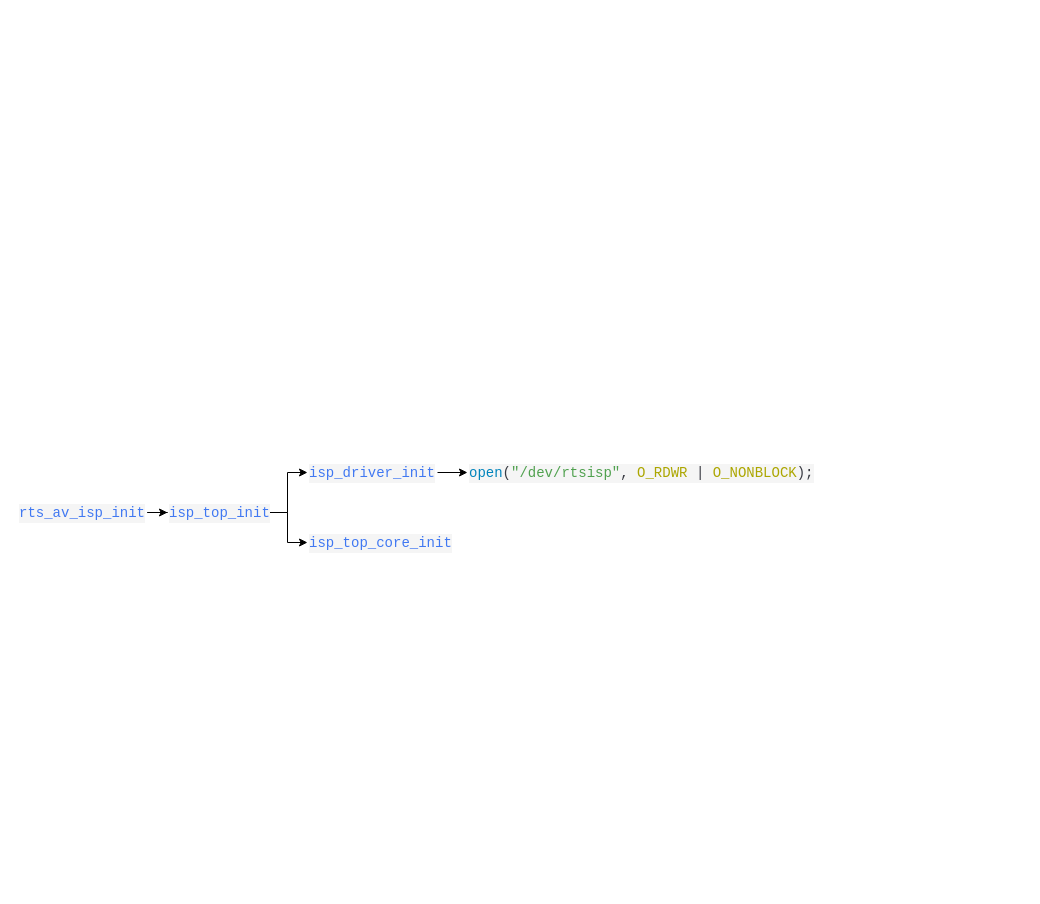
Before: v4l2/rtstream.drawio in YC-Xiang/draw.io, a draw.io diagram. Source tidied: cells renumbered, new cells numbered last; positions are measured from the earlier drawing's top-left corner, leaving out a move shared by most shapes. Both pictures are drawn from the tidied source at 100%, with x=0, y=0 at pixel (17, 457).
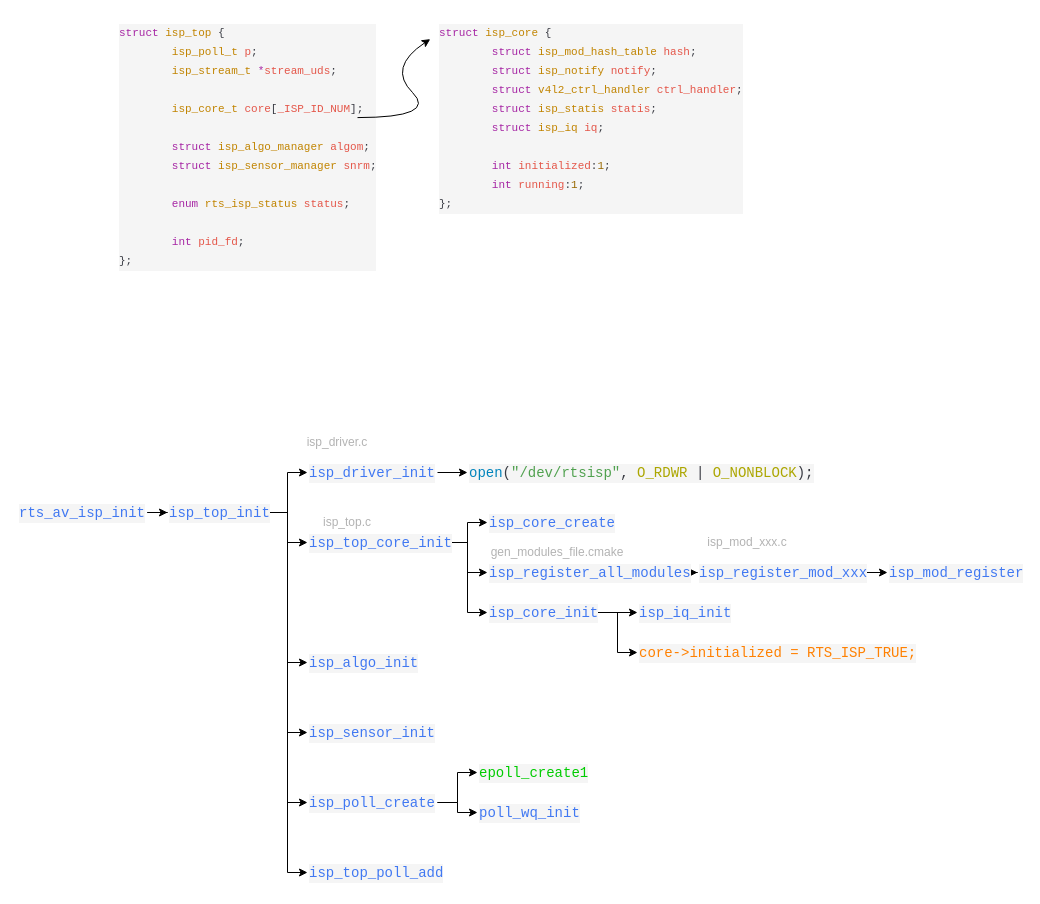
After the change.

Unchanged cells that the change refers to:
```xml
<mxCell id="6" value="&lt;div style=&quot;color: #383a42;background-color: #f5f5f5;font-family: Consolas, 'Courier New', monospace;font-weight: normal;font-size: 14px;line-height: 19px;white-space: pre;&quot;&gt;&lt;div&gt;&lt;span style=&quot;color: #4078f2;&quot;&gt;isp_top_init&lt;/span&gt;&lt;/div&gt;&lt;/div&gt;" style="text;whiteSpace=wrap;html=1;" parent="1" vertex="1">
  <mxGeometry x="150" y="40" width="100" height="30" as="geometry" />
</mxCell>
<mxCell id="9" value="&lt;div style=&quot;color: #383a42;background-color: #f5f5f5;font-family: Consolas, 'Courier New', monospace;font-weight: normal;font-size: 14px;line-height: 19px;white-space: pre;&quot;&gt;&lt;div&gt;&lt;span style=&quot;color: #4078f2;&quot;&gt;isp_top_core_init&lt;/span&gt;&lt;/div&gt;&lt;/div&gt;" style="text;whiteSpace=wrap;html=1;" parent="1" vertex="1">
  <mxGeometry x="290" y="70" width="140" height="30" as="geometry" />
</mxCell>
```

The edit, as a diff of the source:
```diff
@@
+    <mxCell id="11" style="edgeStyle=orthogonalEdgeStyle;rounded=0;jettySize=auto;html=1;exitX=1;exitY=0.5;exitDx=0;exitDy=0;entryX=0;entryY=0.5;entryDx=0;entryDy=0;" parent="1" edge="1" source="6" target="36">
+      <mxGeometry relative="1" as="geometry" />
+    </mxCell>
+    <mxCell id="12" style="edgeStyle=orthogonalEdgeStyle;rounded=0;jettySize=auto;html=1;exitX=1;exitY=0.5;exitDx=0;exitDy=0;entryX=0;entryY=0.5;entryDx=0;entryDy=0;" parent="1" edge="1" source="6" target="37">
+      <mxGeometry relative="1" as="geometry" />
+    </mxCell>
+    <mxCell id="13" style="edgeStyle=orthogonalEdgeStyle;rounded=0;jettySize=auto;html=1;exitX=1;exitY=0.5;exitDx=0;exitDy=0;entryX=0;entryY=0.5;entryDx=0;entryDy=0;" parent="1" edge="1" source="6" target="40">
+      <mxGeometry relative="1" as="geometry" />
+    </mxCell>
+    <mxCell id="14" style="edgeStyle=orthogonalEdgeStyle;rounded=0;jettySize=auto;html=1;exitX=1;exitY=0.5;exitDx=0;exitDy=0;entryX=0;entryY=0.5;entryDx=0;entryDy=0;" parent="1" edge="1" source="6" target="41">
+      <mxGeometry relative="1" as="geometry" />
+    </mxCell>
@@
+    <mxCell id="15" style="edgeStyle=orthogonalEdgeStyle;rounded=0;jettySize=auto;html=1;exitX=1;exitY=0.5;exitDx=0;exitDy=0;entryX=0;entryY=0.5;entryDx=0;entryDy=0;" parent="1" edge="1" source="9" target="18">
+      <mxGeometry relative="1" as="geometry" />
+    </mxCell>
+    <mxCell id="16" style="edgeStyle=orthogonalEdgeStyle;rounded=0;jettySize=auto;html=1;exitX=1;exitY=0.5;exitDx=0;exitDy=0;entryX=0;entryY=0.5;entryDx=0;entryDy=0;" parent="1" edge="1" source="9" target="20">
+      <mxGeometry relative="1" as="geometry" />
+    </mxCell>
+    <mxCell id="17" style="edgeStyle=orthogonalEdgeStyle;rounded=0;jettySize=auto;html=1;exitX=1;exitY=0.5;exitDx=0;exitDy=0;entryX=0;entryY=0.5;entryDx=0;entryDy=0;" parent="1" edge="1" source="9" target="23">
+      <mxGeometry relative="1" as="geometry" />
+    </mxCell>
@@
+    <mxCell id="18" value="&lt;div style=&quot;color: #383a42;background-color: #f5f5f5;font-family: Consolas, 'Courier New', monospace;font-weight: normal;font-size: 14px;line-height: 19px;white-space: pre;&quot;&gt;&lt;div&gt;&lt;span style=&quot;color: #4078f2;&quot;&gt;isp_core_create&lt;/span&gt;&lt;/div&gt;&lt;/div&gt;" style="text;whiteSpace=wrap;html=1;" parent="1" vertex="1">
+      <mxGeometry x="470" y="50" width="130" height="30" as="geometry" />
+    </mxCell>
+    <mxCell id="19" style="edgeStyle=orthogonalEdgeStyle;rounded=0;jettySize=auto;html=1;" parent="1" edge="1" source="20" target="28">
+      <mxGeometry relative="1" as="geometry" />
+    </mxCell>
+    <mxCell id="20" value="&lt;div style=&quot;color: #383a42;background-color: #f5f5f5;font-family: Consolas, 'Courier New', monospace;font-weight: normal;font-size: 14px;line-height: 19px;white-space: pre;&quot;&gt;&lt;div&gt;&lt;span style=&quot;color: #4078f2;&quot;&gt;isp_register_all_modules&lt;/span&gt;&lt;/div&gt;&lt;/div&gt;" style="text;whiteSpace=wrap;html=1;" parent="1" vertex="1">
+      <mxGeometry x="470" y="100" width="190" height="30" as="geometry" />
+    </mxCell>
+    <mxCell id="21" style="edgeStyle=orthogonalEdgeStyle;rounded=0;jettySize=auto;html=1;" parent="1" edge="1" source="23" target="34">
+      <mxGeometry relative="1" as="geometry" />
+    </mxCell>
+    <mxCell id="22" style="edgeStyle=orthogonalEdgeStyle;rounded=0;jettySize=auto;html=1;exitX=1;exitY=0.5;exitDx=0;exitDy=0;entryX=0;entryY=0.5;entryDx=0;entryDy=0;" parent="1" edge="1" source="23" target="35">
+      <mxGeometry relative="1" as="geometry" />
+    </mxCell>
+    <mxCell id="23" value="&lt;div style=&quot;color: #383a42;background-color: #f5f5f5;font-family: Consolas, 'Courier New', monospace;font-weight: normal;font-size: 14px;line-height: 19px;white-space: pre;&quot;&gt;&lt;div&gt;&lt;span style=&quot;color: #4078f2;&quot;&gt;isp_core_init&lt;/span&gt;&lt;/div&gt;&lt;/div&gt;" style="text;whiteSpace=wrap;html=1;" parent="1" vertex="1">
+      <mxGeometry x="470" y="140" width="110" height="30" as="geometry" />
+    </mxCell>
+    <mxCell id="24" value="&lt;font style=&quot;color: rgb(179, 179, 179);&quot;&gt;isp_top.c&lt;/font&gt;" style="text;html=1;align=center;verticalAlign=middle;whiteSpace=wrap;rounded=0;" parent="1" vertex="1">
+      <mxGeometry x="300" y="50" width="60" height="30" as="geometry" />
+    </mxCell>
+    <mxCell id="25" value="&lt;font style=&quot;color: rgb(179, 179, 179);&quot;&gt;isp_driver.c&lt;/font&gt;" style="text;html=1;align=center;verticalAlign=middle;whiteSpace=wrap;rounded=0;" parent="1" vertex="1">
+      <mxGeometry x="290" y="-30" width="60" height="30" as="geometry" />
+    </mxCell>
+    <mxCell id="26" value="&lt;font color=&quot;#b3b3b3&quot;&gt;gen_modules_file.cmake&lt;/font&gt;" style="text;html=1;align=center;verticalAlign=middle;whiteSpace=wrap;rounded=0;" parent="1" vertex="1">
+      <mxGeometry x="460" y="80" width="160" height="30" as="geometry" />
+    </mxCell>
+    <mxCell id="27" style="edgeStyle=orthogonalEdgeStyle;rounded=0;jettySize=auto;html=1;" parent="1" edge="1" source="28" target="30">
+      <mxGeometry relative="1" as="geometry" />
+    </mxCell>
+    <mxCell id="28" value="&lt;div style=&quot;color: rgb(56, 58, 66); background-color: rgb(245, 245, 245); font-family: Consolas, &amp;quot;Courier New&amp;quot;, monospace; font-weight: normal; font-size: 14px; line-height: 19px; white-space: pre;&quot;&gt;&lt;div&gt;&lt;span style=&quot;color: rgb(64, 120, 242);&quot;&gt;isp_register_mod_xxx&lt;/span&gt;&lt;/div&gt;&lt;/div&gt;" style="text;whiteSpace=wrap;html=1;" parent="1" vertex="1">
+      <mxGeometry x="680" y="100" width="160" height="30" as="geometry" />
+    </mxCell>
+    <mxCell id="29" value="&lt;font color=&quot;#b3b3b3&quot;&gt;isp_mod_xxx.c&lt;/font&gt;" style="text;html=1;align=center;verticalAlign=middle;whiteSpace=wrap;rounded=0;" parent="1" vertex="1">
+      <mxGeometry x="680" y="70" width="100" height="30" as="geometry" />
+    </mxCell>
+    <mxCell id="30" value="&lt;div style=&quot;color: #383a42;background-color: #f5f5f5;font-family: Consolas, 'Courier New', monospace;font-weight: normal;font-size: 14px;line-height: 19px;white-space: pre;&quot;&gt;&lt;div&gt;&lt;span style=&quot;color: #4078f2;&quot;&gt;isp_mod_register&lt;/span&gt;&lt;/div&gt;&lt;/div&gt;" style="text;whiteSpace=wrap;html=1;" parent="1" vertex="1">
+      <mxGeometry x="870" y="100" width="130" height="30" as="geometry" />
+    </mxCell>
+    <mxCell id="31" value="&lt;div style=&quot;color: rgb(56, 58, 66); background-color: rgb(245, 245, 245); font-family: Consolas, &amp;quot;Courier New&amp;quot;, monospace; font-weight: normal; line-height: 19px; white-space: pre;&quot;&gt;&lt;div style=&quot;&quot;&gt;&lt;font style=&quot;font-size: 11px;&quot;&gt;&lt;span style=&quot;color: rgb(166, 38, 164);&quot;&gt;struct&lt;/span&gt;&lt;span style=&quot;color: rgb(56, 58, 66);&quot;&gt; &lt;/span&gt;&lt;span style=&quot;color: rgb(193, 132, 1);&quot;&gt;isp_top&lt;/span&gt;&lt;span style=&quot;color: rgb(56, 58, 66);&quot;&gt; {&lt;/span&gt;&lt;/font&gt;&lt;/div&gt;&lt;div style=&quot;&quot;&gt;&lt;font style=&quot;font-size: 11px;&quot;&gt;&lt;span style=&quot;color: rgb(56, 58, 66);&quot;&gt;&amp;nbsp; &amp;nbsp; &amp;nbsp; &amp;nbsp; &lt;/span&gt;&lt;span style=&quot;color: rgb(193, 132, 1);&quot;&gt;isp_poll_t&lt;/span&gt;&lt;span style=&quot;color: rgb(56, 58, 66);&quot;&gt; &lt;/span&gt;&lt;span style=&quot;color: rgb(228, 86, 73);&quot;&gt;p&lt;/span&gt;&lt;span style=&quot;color: rgb(56, 58, 66);&quot;&gt;;&lt;/span&gt;&lt;/font&gt;&lt;/div&gt;&lt;div style=&quot;&quot;&gt;&lt;font style=&quot;font-size: 11px;&quot;&gt;&lt;span style=&quot;color: rgb(56, 58, 66);&quot;&gt;&amp;nbsp; &amp;nbsp; &amp;nbsp; &amp;nbsp; &lt;/span&gt;&lt;span style=&quot;color: rgb(193, 132, 1);&quot;&gt;isp_stream_t&lt;/span&gt;&lt;span style=&quot;color: rgb(56, 58, 66);&quot;&gt; &lt;/span&gt;&lt;span style=&quot;color: rgb(166, 38, 164);&quot;&gt;*&lt;/span&gt;&lt;span style=&quot;color: rgb(228, 86, 73);&quot;&gt;stream_uds&lt;/span&gt;&lt;span style=&quot;color: rgb(56, 58, 66);&quot;&gt;;&lt;/span&gt;&lt;/font&gt;&lt;/div&gt;&lt;font style=&quot;font-size: 11px;&quot;&gt;&lt;br&gt;&lt;/font&gt;&lt;div style=&quot;&quot;&gt;&lt;font style=&quot;font-size: 11px;&quot;&gt;&lt;span style=&quot;color: rgb(56, 58, 66);&quot;&gt;&amp;nbsp; &amp;nbsp; &amp;nbsp; &amp;nbsp; &lt;/span&gt;&lt;span style=&quot;color: rgb(193, 132, 1);&quot;&gt;isp_core_t&lt;/span&gt;&lt;span style=&quot;color: rgb(56, 58, 66);&quot;&gt; &lt;/span&gt;&lt;span style=&quot;color: rgb(228, 86, 73);&quot;&gt;core&lt;/span&gt;&lt;span style=&quot;color: rgb(56, 58, 66);&quot;&gt;[&lt;/span&gt;&lt;span style=&quot;color: rgb(228, 86, 73);&quot;&gt;_ISP_ID_NUM&lt;/span&gt;&lt;span style=&quot;color: rgb(56, 58, 66);&quot;&gt;];&lt;/span&gt;&lt;/font&gt;&lt;/div&gt;&lt;font style=&quot;font-size: 11px;&quot;&gt;&lt;br&gt;&lt;/font&gt;&lt;div style=&quot;&quot;&gt;&lt;font style=&quot;font-size: 11px;&quot;&gt;&lt;span style=&quot;color: rgb(56, 58, 66);&quot;&gt;&amp;nbsp; &amp;nbsp; &amp;nbsp; &amp;nbsp; &lt;/span&gt;&lt;span style=&quot;color: rgb(166, 38, 164);&quot;&gt;struct&lt;/span&gt;&lt;span style=&quot;color: rgb(56, 58, 66);&quot;&gt; &lt;/span&gt;&lt;span style=&quot;color: rgb(193, 132, 1);&quot;&gt;isp_algo_manager&lt;/span&gt;&lt;span style=&quot;color: rgb(56, 58, 66);&quot;&gt; &lt;/span&gt;&lt;span style=&quot;color: rgb(228, 86, 73);&quot;&gt;algom&lt;/span&gt;&lt;span style=&quot;color: rgb(56, 58, 66);&quot;&gt;;&lt;/span&gt;&lt;/font&gt;&lt;/div&gt;&lt;div style=&quot;&quot;&gt;&lt;font style=&quot;font-size: 11px;&quot;&gt;&lt;span style=&quot;color: rgb(56, 58, 66);&quot;&gt;&amp;nbsp; &amp;nbsp; &amp;nbsp; &amp;nbsp; &lt;/span&gt;&lt;span style=&quot;color: rgb(166, 38, 164);&quot;&gt;struct&lt;/span&gt;&lt;span style=&quot;color: rgb(56, 58, 66);&quot;&gt; &lt;/span&gt;&lt;span style=&quot;color: rgb(193, 132, 1);&quot;&gt;isp_sensor_manager&lt;/span&gt;&lt;span style=&quot;color: rgb(56, 58, 66);&quot;&gt; &lt;/span&gt;&lt;span style=&quot;color: rgb(228, 86, 73);&quot;&gt;snrm&lt;/span&gt;&lt;span style=&quot;color: rgb(56, 58, 66);&quot;&gt;;&lt;/span&gt;&lt;/font&gt;&lt;/div&gt;&lt;font style=&quot;font-size: 11px;&quot;&gt;&lt;br&gt;&lt;/font&gt;&lt;div style=&quot;&quot;&gt;&lt;font style=&quot;font-size: 11px;&quot;&gt;&lt;span style=&quot;color: rgb(56, 58, 66);&quot;&gt;&amp;nbsp; &amp;nbsp; &amp;nbsp; &amp;nbsp; &lt;/span&gt;&lt;span style=&quot;color: rgb(166, 38, 164);&quot;&gt;enum&lt;/span&gt;&lt;span style=&quot;color: rgb(56, 58, 66);&quot;&gt; &lt;/span&gt;&lt;span style=&quot;color: rgb(193, 132, 1);&quot;&gt;rts_isp_status&lt;/span&gt;&lt;span style=&quot;color: rgb(56, 58, 66);&quot;&gt; &lt;/span&gt;&lt;span style=&quot;color: rgb(228, 86, 73);&quot;&gt;status&lt;/span&gt;&lt;span style=&quot;color: rgb(56, 58, 66);&quot;&gt;;&lt;/span&gt;&lt;/font&gt;&lt;/div&gt;&lt;font style=&quot;font-size: 11px;&quot;&gt;&lt;br&gt;&lt;/font&gt;&lt;div style=&quot;&quot;&gt;&lt;font style=&quot;font-size: 11px;&quot;&gt;&lt;span style=&quot;color: rgb(56, 58, 66);&quot;&gt;&amp;nbsp; &amp;nbsp; &amp;nbsp; &amp;nbsp; &lt;/span&gt;&lt;span style=&quot;color: rgb(166, 38, 164);&quot;&gt;int&lt;/span&gt;&lt;span style=&quot;color: rgb(56, 58, 66);&quot;&gt; &lt;/span&gt;&lt;span style=&quot;color: rgb(228, 86, 73);&quot;&gt;pid_fd&lt;/span&gt;&lt;span style=&quot;color: rgb(56, 58, 66);&quot;&gt;;&lt;/span&gt;&lt;/font&gt;&lt;/div&gt;&lt;div style=&quot;&quot;&gt;&lt;span style=&quot;color: rgb(56, 58, 66);&quot;&gt;&lt;font style=&quot;font-size: 11px;&quot;&gt;};&lt;/font&gt;&lt;/span&gt;&lt;/div&gt;&lt;/div&gt;" style="text;whiteSpace=wrap;html=1;" parent="1" vertex="1">
+      <mxGeometry x="100" y="-440" width="250" height="260" as="geometry" />
+    </mxCell>
+    <mxCell id="32" value="&lt;div style=&quot;color: rgb(56, 58, 66); background-color: rgb(245, 245, 245); font-family: Consolas, &amp;quot;Courier New&amp;quot;, monospace; font-weight: normal; line-height: 19px; white-space: pre;&quot;&gt;&lt;div style=&quot;&quot;&gt;&lt;font style=&quot;font-size: 11px;&quot;&gt;&lt;span style=&quot;color: rgb(166, 38, 164);&quot;&gt;struct&lt;/span&gt;&lt;span style=&quot;color: rgb(56, 58, 66);&quot;&gt; &lt;/span&gt;&lt;span style=&quot;color: rgb(193, 132, 1);&quot;&gt;isp_core&lt;/span&gt;&lt;span style=&quot;color: rgb(56, 58, 66);&quot;&gt; {&lt;/span&gt;&lt;/font&gt;&lt;/div&gt;&lt;div style=&quot;&quot;&gt;&lt;font style=&quot;font-size: 11px;&quot;&gt;&lt;span style=&quot;color: rgb(56, 58, 66);&quot;&gt;&amp;nbsp; &amp;nbsp; &amp;nbsp; &amp;nbsp; &lt;/span&gt;&lt;span style=&quot;color: rgb(166, 38, 164);&quot;&gt;struct&lt;/span&gt;&lt;span style=&quot;color: rgb(56, 58, 66);&quot;&gt; &lt;/span&gt;&lt;span style=&quot;color: rgb(193, 132, 1);&quot;&gt;isp_mod_hash_table&lt;/span&gt;&lt;span style=&quot;color: rgb(56, 58, 66);&quot;&gt; &lt;/span&gt;&lt;span style=&quot;color: rgb(228, 86, 73);&quot;&gt;hash&lt;/span&gt;&lt;span style=&quot;color: rgb(56, 58, 66);&quot;&gt;;&lt;/span&gt;&lt;/font&gt;&lt;/div&gt;&lt;div style=&quot;&quot;&gt;&lt;font style=&quot;font-size: 11px;&quot;&gt;&lt;span style=&quot;color: rgb(56, 58, 66);&quot;&gt;&amp;nbsp; &amp;nbsp; &amp;nbsp; &amp;nbsp; &lt;/span&gt;&lt;span style=&quot;color: rgb(166, 38, 164);&quot;&gt;struct&lt;/span&gt;&lt;span style=&quot;color: rgb(56, 58, 66);&quot;&gt; &lt;/span&gt;&lt;span style=&quot;color: rgb(193, 132, 1);&quot;&gt;isp_notify&lt;/span&gt;&lt;span style=&quot;color: rgb(56, 58, 66);&quot;&gt; &lt;/span&gt;&lt;span style=&quot;color: rgb(228, 86, 73);&quot;&gt;notify&lt;/span&gt;&lt;span style=&quot;color: rgb(56, 58, 66);&quot;&gt;;&lt;/span&gt;&lt;/font&gt;&lt;/div&gt;&lt;div style=&quot;&quot;&gt;&lt;font style=&quot;font-size: 11px;&quot;&gt;&lt;span style=&quot;color: rgb(56, 58, 66);&quot;&gt;&amp;nbsp; &amp;nbsp; &amp;nbsp; &amp;nbsp; &lt;/span&gt;&lt;span style=&quot;color: rgb(166, 38, 164);&quot;&gt;struct&lt;/span&gt;&lt;span style=&quot;color: rgb(56, 58, 66);&quot;&gt; &lt;/span&gt;&lt;span style=&quot;color: rgb(193, 132, 1);&quot;&gt;v4l2_ctrl_handler&lt;/span&gt;&lt;span style=&quot;color: rgb(56, 58, 66);&quot;&gt; &lt;/span&gt;&lt;span style=&quot;color: rgb(228, 86, 73);&quot;&gt;ctrl_handler&lt;/span&gt;&lt;span style=&quot;color: rgb(56, 58, 66);&quot;&gt;;&lt;/span&gt;&lt;/font&gt;&lt;/div&gt;&lt;div style=&quot;&quot;&gt;&lt;font style=&quot;font-size: 11px;&quot;&gt;&lt;span style=&quot;color: rgb(56, 58, 66);&quot;&gt;&amp;nbsp; &amp;nbsp; &amp;nbsp; &amp;nbsp; &lt;/span&gt;&lt;span style=&quot;color: rgb(166, 38, 164);&quot;&gt;struct&lt;/span&gt;&lt;span style=&quot;color: rgb(56, 58, 66);&quot;&gt; &lt;/span&gt;&lt;span style=&quot;color: rgb(193, 132, 1);&quot;&gt;isp_statis&lt;/span&gt;&lt;span style=&quot;color: rgb(56, 58, 66);&quot;&gt; &lt;/span&gt;&lt;span style=&quot;color: rgb(228, 86, 73);&quot;&gt;statis&lt;/span&gt;&lt;span style=&quot;color: rgb(56, 58, 66);&quot;&gt;;&lt;/span&gt;&lt;/font&gt;&lt;/div&gt;&lt;div style=&quot;&quot;&gt;&lt;font style=&quot;font-size: 11px;&quot;&gt;&lt;span style=&quot;color: rgb(56, 58, 66);&quot;&gt;&amp;nbsp; &amp;nbsp; &amp;nbsp; &amp;nbsp; &lt;/span&gt;&lt;span style=&quot;color: rgb(166, 38, 164);&quot;&gt;struct&lt;/span&gt;&lt;span style=&quot;color: rgb(56, 58, 66);&quot;&gt; &lt;/span&gt;&lt;span style=&quot;color: rgb(193, 132, 1);&quot;&gt;isp_iq&lt;/span&gt;&lt;span style=&quot;color: rgb(56, 58, 66);&quot;&gt; &lt;/span&gt;&lt;span style=&quot;color: rgb(228, 86, 73);&quot;&gt;iq&lt;/span&gt;&lt;span style=&quot;color: rgb(56, 58, 66);&quot;&gt;;&lt;/span&gt;&lt;/font&gt;&lt;/div&gt;&lt;font style=&quot;font-size: 11px;&quot;&gt;&lt;br&gt;&lt;/font&gt;&lt;div style=&quot;&quot;&gt;&lt;font style=&quot;font-size: 11px;&quot;&gt;&lt;span style=&quot;color: rgb(56, 58, 66);&quot;&gt;&amp;nbsp; &amp;nbsp; &amp;nbsp; &amp;nbsp; &lt;/span&gt;&lt;span style=&quot;color: rgb(166, 38, 164);&quot;&gt;int&lt;/span&gt;&lt;span style=&quot;color: rgb(56, 58, 66);&quot;&gt; &lt;/span&gt;&lt;span style=&quot;color: rgb(228, 86, 73);&quot;&gt;initialized&lt;/span&gt;&lt;span style=&quot;color: rgb(56, 58, 66);&quot;&gt;:&lt;/span&gt;&lt;span style=&quot;color: rgb(152, 104, 1);&quot;&gt;1&lt;/span&gt;&lt;span style=&quot;color: rgb(56, 58, 66);&quot;&gt;;&lt;/span&gt;&lt;/font&gt;&lt;/div&gt;&lt;div style=&quot;&quot;&gt;&lt;font style=&quot;font-size: 11px;&quot;&gt;&lt;span style=&quot;color: rgb(56, 58, 66);&quot;&gt;&amp;nbsp; &amp;nbsp; &amp;nbsp; &amp;nbsp; &lt;/span&gt;&lt;span style=&quot;color: rgb(166, 38, 164);&quot;&gt;int&lt;/span&gt;&lt;span style=&quot;color: rgb(56, 58, 66);&quot;&gt; &lt;/span&gt;&lt;span style=&quot;color: rgb(228, 86, 73);&quot;&gt;running&lt;/span&gt;&lt;span style=&quot;color: rgb(56, 58, 66);&quot;&gt;:&lt;/span&gt;&lt;span style=&quot;color: rgb(152, 104, 1);&quot;&gt;1&lt;/span&gt;&lt;span style=&quot;color: rgb(56, 58, 66);&quot;&gt;;&lt;/span&gt;&lt;/font&gt;&lt;/div&gt;&lt;div style=&quot;&quot;&gt;&lt;span style=&quot;color: rgb(56, 58, 66);&quot;&gt;&lt;font style=&quot;font-size: 11px;&quot;&gt;};&lt;/font&gt;&lt;/span&gt;&lt;/div&gt;&lt;/div&gt;" style="text;whiteSpace=wrap;html=1;" parent="1" vertex="1">
+      <mxGeometry x="420" y="-440" width="290" height="210" as="geometry" />
+    </mxCell>
+    <mxCell id="33" style="curved=1;endArrow=classic;html=1;rounded=0;exitX=0.96;exitY=0.385;exitDx=0;exitDy=0;exitPerimeter=0;entryX=-0.025;entryY=0.103;entryDx=0;entryDy=0;entryPerimeter=0;" parent="1" edge="1" source="31" target="32">
+      <mxGeometry relative="1" as="geometry">
+        <Array as="points">
+          <mxPoint x="420" y="-340" />
+          <mxPoint x="370" y="-390" />
+        </Array>
+      </mxGeometry>
+    </mxCell>
+    <mxCell id="34" value="&lt;div style=&quot;color: #383a42;background-color: #f5f5f5;font-family: Consolas, 'Courier New', monospace;font-weight: normal;font-size: 14px;line-height: 19px;white-space: pre;&quot;&gt;&lt;div&gt;&lt;span style=&quot;color: #4078f2;&quot;&gt;isp_iq_init&lt;/span&gt;&lt;/div&gt;&lt;/div&gt;" style="text;whiteSpace=wrap;html=1;" parent="1" vertex="1">
+      <mxGeometry x="620" y="140" width="90" height="30" as="geometry" />
+    </mxCell>
+    <mxCell id="35" value="&lt;div style=&quot;background-color: rgb(245, 245, 245); font-family: Consolas, &amp;quot;Courier New&amp;quot;, monospace; font-weight: normal; font-size: 14px; line-height: 19px; white-space: pre;&quot;&gt;&lt;div style=&quot;&quot;&gt;&lt;font style=&quot;color: rgb(255, 128, 0);&quot;&gt;core-&amp;gt;initialized = RTS_ISP_TRUE;&lt;/font&gt;&lt;/div&gt;&lt;/div&gt;" style="text;whiteSpace=wrap;html=1;" parent="1" vertex="1">
+      <mxGeometry x="620" y="180" width="260" height="30" as="geometry" />
+    </mxCell>
+    <mxCell id="36" value="&lt;div style=&quot;color: #383a42;background-color: #f5f5f5;font-family: Consolas, 'Courier New', monospace;font-weight: normal;font-size: 14px;line-height: 19px;white-space: pre;&quot;&gt;&lt;div&gt;&lt;span style=&quot;color: #4078f2;&quot;&gt;isp_algo_init&lt;/span&gt;&lt;/div&gt;&lt;/div&gt;" style="text;whiteSpace=wrap;html=1;" parent="1" vertex="1">
+      <mxGeometry x="290" y="190" width="110" height="30" as="geometry" />
+    </mxCell>
+    <mxCell id="37" value="&lt;div style=&quot;color: #383a42;background-color: #f5f5f5;font-family: Consolas, 'Courier New', monospace;font-weight: normal;font-size: 14px;line-height: 19px;white-space: pre;&quot;&gt;&lt;div&gt;&lt;span style=&quot;color: #4078f2;&quot;&gt;isp_sensor_init&lt;/span&gt;&lt;/div&gt;&lt;/div&gt;" style="text;whiteSpace=wrap;html=1;" parent="1" vertex="1">
+      <mxGeometry x="290" y="260" width="130" height="30" as="geometry" />
+    </mxCell>
+    <mxCell id="38" style="edgeStyle=orthogonalEdgeStyle;rounded=0;jettySize=auto;html=1;exitX=1;exitY=0.5;exitDx=0;exitDy=0;entryX=0;entryY=0.5;entryDx=0;entryDy=0;" parent="1" edge="1" source="40" target="42">
+      <mxGeometry relative="1" as="geometry" />
+    </mxCell>
+    <mxCell id="39" style="edgeStyle=orthogonalEdgeStyle;rounded=0;jettySize=auto;html=1;exitX=1;exitY=0.5;exitDx=0;exitDy=0;entryX=0;entryY=0.5;entryDx=0;entryDy=0;" parent="1" edge="1" source="40" target="43">
+      <mxGeometry relative="1" as="geometry" />
+    </mxCell>
+    <mxCell id="40" value="&lt;div style=&quot;color: #383a42;background-color: #f5f5f5;font-family: Consolas, 'Courier New', monospace;font-weight: normal;font-size: 14px;line-height: 19px;white-space: pre;&quot;&gt;&lt;div&gt;&lt;span style=&quot;color: #4078f2;&quot;&gt;isp_poll_create&lt;/span&gt;&lt;/div&gt;&lt;/div&gt;" style="text;whiteSpace=wrap;html=1;" parent="1" vertex="1">
+      <mxGeometry x="290" y="330" width="130" height="30" as="geometry" />
+    </mxCell>
+    <mxCell id="41" value="&lt;div style=&quot;color: #383a42;background-color: #f5f5f5;font-family: Consolas, 'Courier New', monospace;font-weight: normal;font-size: 14px;line-height: 19px;white-space: pre;&quot;&gt;&lt;div&gt;&lt;span style=&quot;color: #4078f2;&quot;&gt;isp_top_poll_add&lt;/span&gt;&lt;/div&gt;&lt;/div&gt;" style="text;whiteSpace=wrap;html=1;" parent="1" vertex="1">
+      <mxGeometry x="290" y="400" width="130" height="30" as="geometry" />
+    </mxCell>
+    <mxCell id="42" value="&lt;div style=&quot;background-color: rgb(245, 245, 245); font-family: Consolas, &amp;quot;Courier New&amp;quot;, monospace; font-weight: normal; font-size: 14px; line-height: 19px; white-space: pre;&quot;&gt;&lt;div style=&quot;&quot;&gt;&lt;span&gt;&lt;font style=&quot;color: rgb(0, 204, 0);&quot;&gt;epoll_create1&lt;/font&gt;&lt;/span&gt;&lt;/div&gt;&lt;/div&gt;" style="text;whiteSpace=wrap;html=1;" parent="1" vertex="1">
+      <mxGeometry x="460" y="300" width="110" height="30" as="geometry" />
+    </mxCell>
+    <mxCell id="43" value="&lt;div style=&quot;color: #383a42;background-color: #f5f5f5;font-family: Consolas, 'Courier New', monospace;font-weight: normal;font-size: 14px;line-height: 19px;white-space: pre;&quot;&gt;&lt;div&gt;&lt;span style=&quot;color: #4078f2;&quot;&gt;poll_wq_init&lt;/span&gt;&lt;/div&gt;&lt;/div&gt;" style="text;whiteSpace=wrap;html=1;" parent="1" vertex="1">
+      <mxGeometry x="460" y="340" width="100" height="30" as="geometry" />
+    </mxCell>
```
